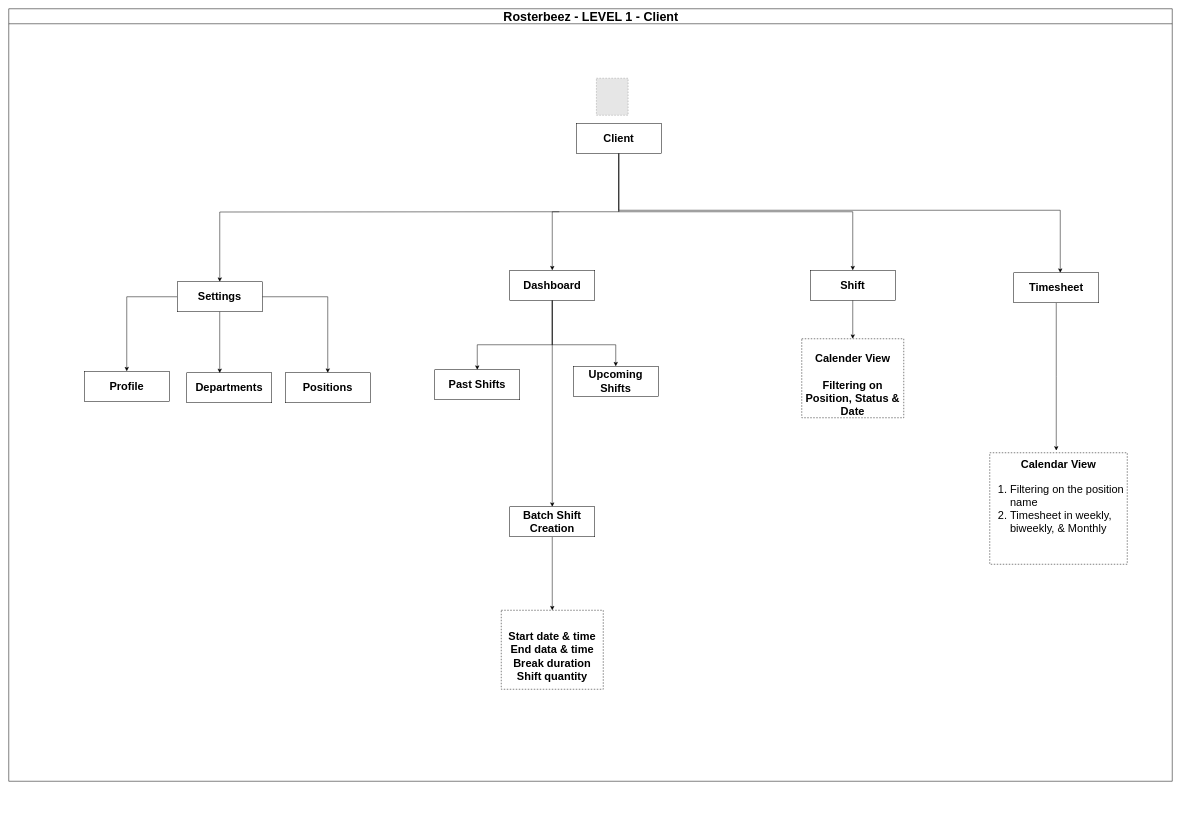
Earlier version of the draw.io diagram page "Client" (2 of 3) of Rosterbeez.drawio (sachinjoseph26/diagrams). Source tidied: cells renumbered, new cells numbered last; positions are measured from the earlier drawing's top-left corner, leaving out a move shared by most shapes. Both pictures are drawn from the tidied source at 50%, with x=0, y=0 at pixel (8, 8). Pictures stored in the file or linked from it are replaced by grey dashed boxes.
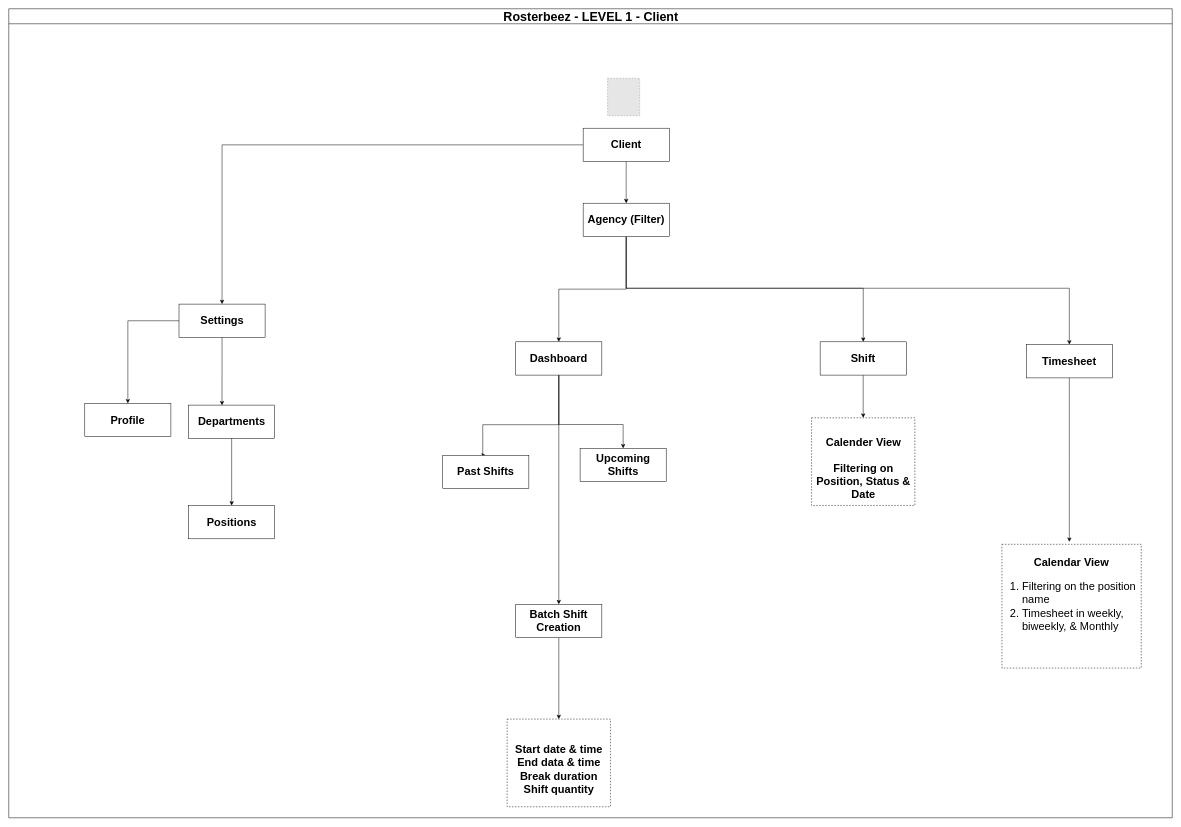
The same page after the edit.

What changed in the source:
```diff
@@
     <mxCell id="2" value="&lt;font style=&quot;font-size: 25px;&quot;&gt;Rosterbeez - LEVEL 1 - Client&lt;/font&gt;" style="swimlane;html=1;startSize=30;horizontal=1;containerType=tree;glass=0;labelBackgroundColor=none;" parent="1" vertex="1">
-      <mxGeometry width="2327" height="1545" as="geometry" />
+      <mxGeometry width="2327" height="1618" as="geometry" />
     </mxCell>
     <mxCell id="3" style="group;" parent="2" vertex="1">
-      <mxGeometry x="69" y="139" width="2168" height="1222" as="geometry" />
+      <mxGeometry x="69" y="139" width="2196" height="1356" as="geometry" />
     </mxCell>
     <mxCell id="4" style="fillColor=#E6E6E6;strokeColor=#999999;dashed=1;verticalLabelPosition=bottom;labelBackgroundColor=none;verticalAlign=top;fontStyle=1;" parent="3" vertex="1">
-      <mxGeometry x="1106.3" width="63.4" height="74" as="geometry" />
+      <mxGeometry x="1128.7" width="64.2" height="75" as="geometry" />
     </mxCell>
     <mxCell id="5" style="group;" parent="3" vertex="1">
-      <mxGeometry y="90" width="2168" height="1132" as="geometry" />
+      <mxGeometry y="99.9" width="2196" height="1256.1" as="geometry" />
     </mxCell>
-    <mxCell id="6" style="edgeStyle=orthogonalEdgeStyle;rounded=0;jettySize=auto;html=1;" parent="5" edge="1" target="17">
-      <mxGeometry relative="1" as="geometry">
-        <mxPoint x="1032" y="177" as="sourcePoint" />
-      </mxGeometry>
+    <mxCell id="6" style="edgeStyle=orthogonalEdgeStyle;rounded=0;jettySize=auto;html=1;exitX=0;exitY=0.5;exitDx=0;exitDy=0;" parent="5" edge="1" source="10" target="17">
+      <mxGeometry relative="1" as="geometry" />
     </mxCell>
-    <mxCell id="7" style="edgeStyle=orthogonalEdgeStyle;rounded=0;jettySize=auto;html=1;entryX=0.5;entryY=0;entryDx=0;entryDy=0;" parent="5" edge="1" source="10" target="22">
-      <mxGeometry relative="1" as="geometry" />
-    </mxCell>
-    <mxCell id="8" style="edgeStyle=orthogonalEdgeStyle;rounded=0;jettySize=auto;html=1;exitX=0.5;exitY=1;exitDx=0;exitDy=0;entryX=0.5;entryY=0;entryDx=0;entryDy=0;" parent="5" edge="1" source="10" target="24">
-      <mxGeometry relative="1" as="geometry" />
-    </mxCell>
-    <mxCell id="9" style="edgeStyle=orthogonalEdgeStyle;rounded=0;jettySize=auto;html=1;exitX=0.5;exitY=1;exitDx=0;exitDy=0;" parent="5" edge="1" source="10" target="26">
-      <mxGeometry relative="1" as="geometry">
-        <Array as="points">
-          <mxPoint x="1151" y="174" />
-          <mxPoint x="2034" y="174" />
-        </Array>
-      </mxGeometry>
-    </mxCell>
     <mxCell id="10" value="&lt;span style=&quot;font-size: 22px;&quot;&gt;&lt;b&gt;Client&lt;/b&gt;&lt;/span&gt;" style="rounded=0;whiteSpace=wrap;html=1;labelBackgroundColor=none;" parent="5" vertex="1">
-      <mxGeometry x="1066" width="170" height="60" as="geometry" />
+      <mxGeometry x="1079.8" width="172.2" height="66.6" as="geometry" />
     </mxCell>
     <mxCell id="11" style="group;" parent="5" vertex="1">
-      <mxGeometry y="317" width="574" height="242" as="geometry" />
+      <mxGeometry y="351.8" width="581.4" height="268.5" as="geometry" />
     </mxCell>
     <mxCell id="12" value="&lt;span style=&quot;font-size: 22px;&quot;&gt;&lt;b&gt;Profile&lt;/b&gt;&lt;/span&gt;" style="rounded=0;whiteSpace=wrap;html=1;labelBackgroundColor=none;" parent="11" vertex="1">
-      <mxGeometry x="82" y="179" width="170" height="60" as="geometry" />
+      <mxGeometry x="83.1" y="198.6" width="172.2" height="66.6" as="geometry" />
     </mxCell>
     <mxCell id="13" value="&lt;span style=&quot;font-size: 22px;&quot;&gt;&lt;b&gt;Departments&lt;/b&gt;&lt;/span&gt;" style="rounded=0;whiteSpace=wrap;html=1;labelBackgroundColor=none;" parent="11" vertex="1">
-      <mxGeometry x="287" y="182" width="170" height="60" as="geometry" />
+      <mxGeometry x="290.7" y="202" width="172.2" height="66.6" as="geometry" />
     </mxCell>
-    <mxCell id="14" value="&lt;span style=&quot;font-size: 22px;&quot;&gt;&lt;b&gt;Positions&lt;/b&gt;&lt;/span&gt;" style="rounded=0;whiteSpace=wrap;html=1;labelBackgroundColor=none;" parent="11" vertex="1">
-      <mxGeometry x="484" y="182" width="170" height="60" as="geometry" />
-    </mxCell>
@@
-    <mxCell id="16" style="edgeStyle=orthogonalEdgeStyle;rounded=0;jettySize=auto;html=1;entryX=0.5;entryY=0;entryDx=0;entryDy=0;" parent="11" edge="1" source="17" target="14">
-      <mxGeometry relative="1" as="geometry" />
-    </mxCell>
     <mxCell id="17" value="&lt;span style=&quot;font-size: 22px;&quot;&gt;&lt;b&gt;Settings&lt;/b&gt;&lt;/span&gt;" style="rounded=0;whiteSpace=wrap;html=1;labelBackgroundColor=none;" parent="11" vertex="1">
-      <mxGeometry x="268" width="170" height="60" as="geometry" />
+      <mxGeometry x="271.5" width="172.2" height="66.6" as="geometry" />
     </mxCell>
@@
     <mxCell id="19" style="edgeStyle=orthogonalEdgeStyle;rounded=0;jettySize=auto;html=1;entryX=0.5;entryY=0;entryDx=0;entryDy=0;" parent="5" edge="1" source="22" target="27">
       <mxGeometry relative="1" as="geometry">
         <Array as="points">
-          <mxPoint x="1018" y="443" />
-          <mxPoint x="868" y="443" />
+          <mxPoint x="1031" y="593" />
+          <mxPoint x="879" y="593" />
+          <mxPoint x="879" y="654" />
         </Array>
       </mxGeometry>
     </mxCell>
     <mxCell id="20" style="edgeStyle=orthogonalEdgeStyle;rounded=0;jettySize=auto;html=1;entryX=0.5;entryY=0;entryDx=0;entryDy=0;" parent="5" edge="1" source="22" target="28">
       <mxGeometry relative="1" as="geometry">
         <Array as="points">
-          <mxPoint x="1018" y="443" />
-          <mxPoint x="1145" y="443" />
+          <mxPoint x="1031.1" y="592.6" />
+          <mxPoint x="1159.8" y="592.6" />
         </Array>
       </mxGeometry>
     </mxCell>
@@
     <mxCell id="22" value="&lt;span style=&quot;font-size: 22px;&quot;&gt;&lt;b&gt;Dashboard&lt;/b&gt;&lt;/span&gt;" style="rounded=0;whiteSpace=wrap;html=1;labelBackgroundColor=none;" parent="5" vertex="1">
-      <mxGeometry x="933" y="294" width="170" height="60" as="geometry" />
+      <mxGeometry x="945" y="427.2" width="172.2" height="66.6" as="geometry" />
     </mxCell>
@@
     <mxCell id="24" value="&lt;span style=&quot;font-size: 22px;&quot;&gt;&lt;b&gt;Shift&lt;/b&gt;&lt;/span&gt;" style="rounded=0;whiteSpace=wrap;html=1;labelBackgroundColor=none;" parent="5" vertex="1">
-      <mxGeometry x="1534" y="294" width="170" height="60" as="geometry" />
+      <mxGeometry x="1553.8" y="427.2" width="172.2" height="66.6" as="geometry" />
     </mxCell>
     <mxCell id="25" style="edgeStyle=orthogonalEdgeStyle;rounded=0;jettySize=auto;html=1;" parent="5" edge="1" source="26">
       <mxGeometry relative="1" as="geometry">
-        <mxPoint x="2026" y="654.6" as="targetPoint" />
+        <mxPoint x="2052.2" y="827.3" as="targetPoint" />
       </mxGeometry>
     </mxCell>
     <mxCell id="26" value="&lt;span style=&quot;font-size: 22px;&quot;&gt;&lt;b&gt;Timesheet&lt;/b&gt;&lt;/span&gt;" style="rounded=0;whiteSpace=wrap;html=1;labelBackgroundColor=none;" parent="5" vertex="1">
-      <mxGeometry x="1941" y="299" width="170" height="60" as="geometry" />
+      <mxGeometry x="1966.1" y="432.8" width="172.2" height="66.6" as="geometry" />
     </mxCell>
     <mxCell id="27" value="&lt;span style=&quot;font-size: 22px;&quot;&gt;&lt;b&gt;Past Shifts&lt;/b&gt;&lt;/span&gt;" style="rounded=0;whiteSpace=wrap;html=1;labelBackgroundColor=none;" parent="5" vertex="1">
-      <mxGeometry x="783" y="493" width="170" height="60" as="geometry" />
+      <mxGeometry x="799" y="654.1" width="172.2" height="66.6" as="geometry" />
     </mxCell>
     <mxCell id="28" value="&lt;span style=&quot;font-size: 22px;&quot;&gt;&lt;b&gt;Upcoming&lt;/b&gt;&lt;/span&gt;&lt;div&gt;&lt;span style=&quot;font-size: 22px;&quot;&gt;&lt;b&gt;Shifts&lt;/b&gt;&lt;/span&gt;&lt;/div&gt;" style="rounded=0;whiteSpace=wrap;html=1;labelBackgroundColor=none;" parent="5" vertex="1">
-      <mxGeometry x="1060" y="486" width="170" height="60" as="geometry" />
+      <mxGeometry x="1073.7" y="640.3" width="172.2" height="66.6" as="geometry" />
     </mxCell>
@@
     <mxCell id="30" value="&lt;span style=&quot;font-size: 22px;&quot;&gt;&lt;b&gt;Batch Shift&lt;/b&gt;&lt;/span&gt;&lt;div&gt;&lt;span style=&quot;font-size: 22px;&quot;&gt;&lt;b&gt;Creation&lt;/b&gt;&lt;/span&gt;&lt;/div&gt;" style="rounded=0;whiteSpace=wrap;html=1;labelBackgroundColor=none;" parent="5" vertex="1">
-      <mxGeometry x="933" y="767" width="170" height="60" as="geometry" />
+      <mxGeometry x="945" y="952.1" width="172.2" height="66.6" as="geometry" />
     </mxCell>
     <mxCell id="31" value="&lt;div&gt;&lt;b style=&quot;font-size: 22px; background-color: transparent; color: light-dark(rgb(0, 0, 0), rgb(255, 255, 255));&quot;&gt;&lt;br&gt;&lt;/b&gt;&lt;/div&gt;&lt;b style=&quot;font-size: 22px; background-color: transparent; color: light-dark(rgb(0, 0, 0), rgb(255, 255, 255));&quot;&gt;&lt;div&gt;&lt;b style=&quot;font-size: 22px; background-color: transparent; color: light-dark(rgb(0, 0, 0), rgb(255, 255, 255));&quot;&gt;Calender View&lt;/b&gt;&lt;/div&gt;&lt;div&gt;&lt;b style=&quot;font-size: 22px; background-color: transparent; color: light-dark(rgb(0, 0, 0), rgb(255, 255, 255));&quot;&gt;&lt;br&gt;&lt;/b&gt;&lt;/div&gt;Filtering on Position, Status &amp;amp; Date&lt;/b&gt;" style="rounded=0;whiteSpace=wrap;html=1;align=center;dashed=1;" parent="5" vertex="1">
-      <mxGeometry x="1517" y="431" width="204" height="158" as="geometry" />
+      <mxGeometry x="1536.6" y="579.2" width="206.6" height="175.3" as="geometry" />
     </mxCell>
     <mxCell id="32" value="&lt;div&gt;&lt;b style=&quot;font-size: 22px; background-color: transparent; color: light-dark(rgb(0, 0, 0), rgb(255, 255, 255));&quot;&gt;&lt;br&gt;&lt;/b&gt;&lt;/div&gt;&lt;span style=&quot;font-size: 22px;&quot;&gt;&lt;b&gt;Start date &amp;amp; time&lt;/b&gt;&lt;/span&gt;&lt;div&gt;&lt;span style=&quot;font-size: 22px;&quot;&gt;&lt;b&gt;End data &amp;amp; time&lt;/b&gt;&lt;/span&gt;&lt;/div&gt;&lt;div&gt;&lt;span style=&quot;font-size: 22px;&quot;&gt;&lt;b&gt;Break duration&lt;/b&gt;&lt;/span&gt;&lt;/div&gt;&lt;div&gt;&lt;span style=&quot;font-size: 22px;&quot;&gt;&lt;b&gt;Shift quantity&lt;/b&gt;&lt;/span&gt;&lt;/div&gt;" style="rounded=0;whiteSpace=wrap;html=1;align=center;dashed=1;" parent="5" vertex="1">
-      <mxGeometry x="916" y="974" width="204" height="158" as="geometry" />
+      <mxGeometry x="927.8" y="1181.8" width="206.6" height="175.3" as="geometry" />
     </mxCell>
     <mxCell id="33" value="&lt;div&gt;&lt;b style=&quot;font-size: 22px; background-color: transparent; color: light-dark(rgb(0, 0, 0), rgb(255, 255, 255));&quot;&gt;&lt;br&gt;&lt;/b&gt;&lt;/div&gt;&lt;span style=&quot;background-color: transparent;&quot;&gt;&lt;div style=&quot;color: light-dark(rgb(0, 0, 0), rgb(255, 255, 255)); font-size: 22px; font-weight: bold;&quot;&gt;&lt;b style=&quot;font-size: 22px; background-color: transparent; color: light-dark(rgb(0, 0, 0), rgb(255, 255, 255));&quot;&gt;Calendar View&lt;/b&gt;&lt;/div&gt;&lt;div style=&quot;color: light-dark(rgb(0, 0, 0), rgb(255, 255, 255)); font-size: 22px;&quot;&gt;&lt;ol style=&quot;&quot;&gt;&lt;li style=&quot;text-align: left;&quot;&gt;Filtering on the position name&lt;/li&gt;&lt;li style=&quot;text-align: left;&quot;&gt;Timesheet in weekly, biweekly, &amp;amp; Monthly&lt;/li&gt;&lt;/ol&gt;&lt;/div&gt;&lt;div style=&quot;text-align: left; color: light-dark(rgb(0, 0, 0), rgb(255, 255, 255)); font-size: 22px; font-weight: bold;&quot;&gt;&lt;b style=&quot;font-size: 22px; background-color: transparent; color: light-dark(rgb(0, 0, 0), rgb(255, 255, 255));&quot;&gt;&lt;br&gt;&lt;/b&gt;&lt;/div&gt;&lt;div style=&quot;text-align: left;&quot;&gt;&lt;span style=&quot;font-size: 22px;&quot;&gt;&lt;b&gt;&lt;br&gt;&lt;/b&gt;&lt;/span&gt;&lt;/div&gt;&lt;/span&gt;" style="rounded=0;whiteSpace=wrap;html=1;align=center;dashed=1;" parent="5" vertex="1">
-      <mxGeometry x="1893" y="659" width="275" height="223" as="geometry" />
+      <mxGeometry x="1917.4" y="832.2" width="278.6" height="247.5" as="geometry" />
     </mxCell>
+    <mxCell id="14" value="&lt;span style=&quot;font-size: 22px;&quot;&gt;&lt;b&gt;Positions&lt;/b&gt;&lt;/span&gt;" style="rounded=0;whiteSpace=wrap;html=1;labelBackgroundColor=none;" parent="5" vertex="1">
+      <mxGeometry x="290.7" y="754.6" width="172.2" height="66.6" as="geometry" />
+    </mxCell>
+    <mxCell id="34" style="edgeStyle=orthogonalEdgeStyle;rounded=0;jettySize=auto;html=1;entryX=0.5;entryY=0;entryDx=0;entryDy=0;" parent="5" edge="1" source="13" target="14">
+      <mxGeometry relative="1" as="geometry" />
+    </mxCell>
+    <mxCell id="35" style="edgeStyle=orthogonalEdgeStyle;rounded=0;jettySize=auto;html=1;" parent="1" edge="1" source="38" target="22">
+      <mxGeometry relative="1" as="geometry" />
+    </mxCell>
+    <mxCell id="36" style="edgeStyle=orthogonalEdgeStyle;rounded=0;jettySize=auto;html=1;" parent="1" edge="1" source="38" target="24">
+      <mxGeometry relative="1" as="geometry">
+        <Array as="points">
+          <mxPoint x="1235" y="559" />
+          <mxPoint x="1709" y="559" />
+        </Array>
+      </mxGeometry>
+    </mxCell>
+    <mxCell id="37" style="edgeStyle=orthogonalEdgeStyle;rounded=0;jettySize=auto;html=1;entryX=0.5;entryY=0;entryDx=0;entryDy=0;" parent="1" edge="1" source="38" target="26">
+      <mxGeometry relative="1" as="geometry">
+        <Array as="points">
+          <mxPoint x="1235" y="559" />
+          <mxPoint x="2121" y="559" />
+        </Array>
+      </mxGeometry>
+    </mxCell>
+    <mxCell id="38" value="&lt;span style=&quot;font-size: 22px;&quot;&gt;&lt;b&gt;Agency (Filter)&lt;/b&gt;&lt;/span&gt;" style="rounded=0;whiteSpace=wrap;html=1;labelBackgroundColor=none;" parent="1" vertex="1">
+      <mxGeometry x="1148.8" y="388.9" width="172.2" height="66.6" as="geometry" />
+    </mxCell>
+    <mxCell id="39" style="edgeStyle=orthogonalEdgeStyle;rounded=0;jettySize=auto;html=1;" parent="1" edge="1" source="10" target="38">
+      <mxGeometry relative="1" as="geometry" />
+    </mxCell>
```
